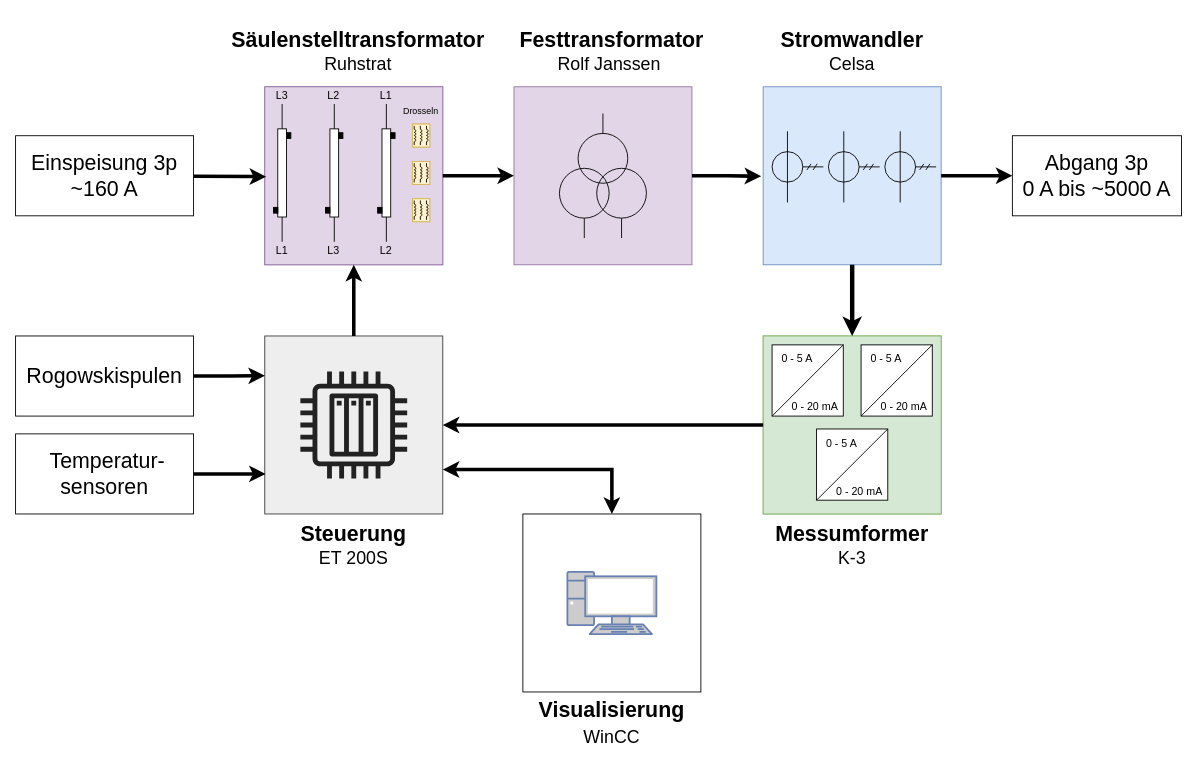
This is 03_Ressourcen/zeichnungen/aufbau_hochstrom_pruefstand.drawio from oliverschmidt99/Bachelorarbeit-Fremdfeldbeeinflussung-Messstromwandler-s, a draw.io file, before an edit. Source tidied: cells renumbered, new cells numbered last; positions are measured from the earlier drawing's top-left corner, leaving out a move shared by most shapes. Both pictures are drawn from the tidied source at 89%, with x=0, y=0 at pixel (15, 15).
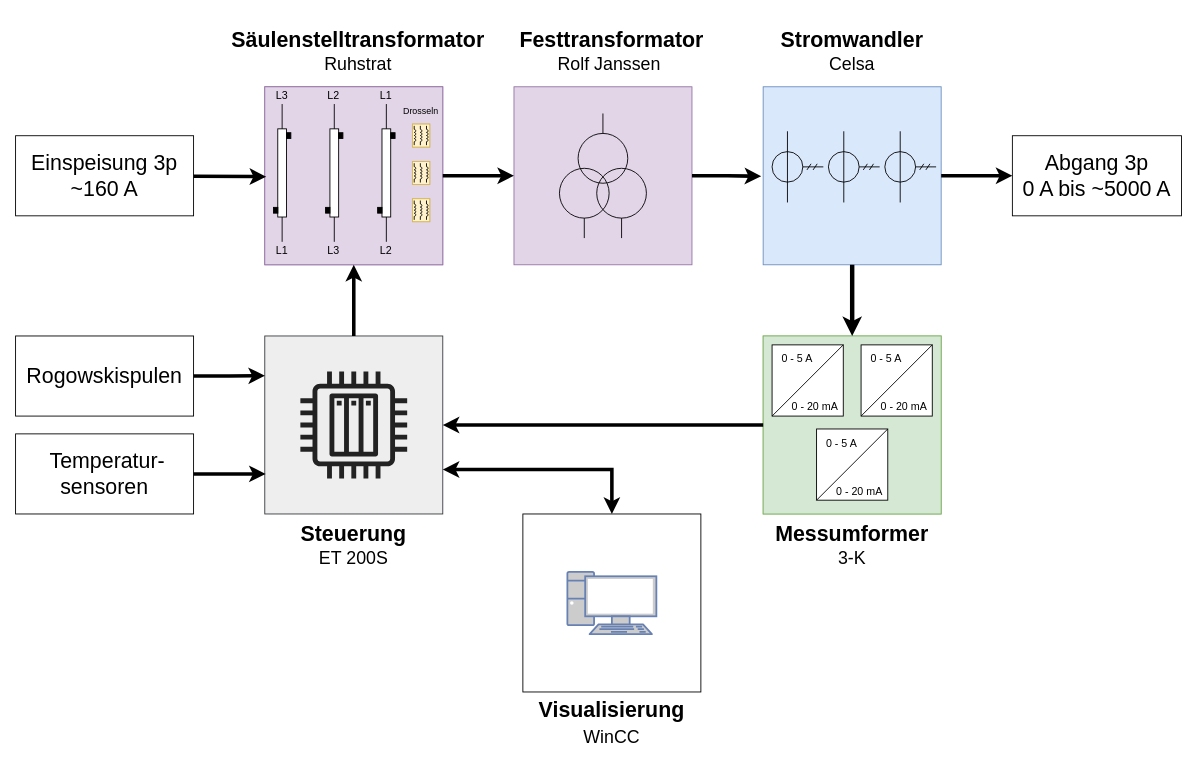
The same page after the edit.

Change to the diagram source:
```diff
@@
-    <mxCell id="78" value="&lt;b&gt;&lt;font style=&quot;font-size: 24px;&quot;&gt;Messumformer&lt;/font&gt;&lt;/b&gt;&lt;div&gt;&lt;span&gt;&lt;font style=&quot;font-size: 20px;&quot;&gt;K-3&lt;/font&gt;&lt;/span&gt;&lt;/div&gt;" style="text;html=1;whiteSpace=wrap;strokeColor=none;fillColor=none;align=center;verticalAlign=middle;rounded=0;" parent="1" vertex="1">
+    <mxCell id="78" value="&lt;b&gt;&lt;font style=&quot;font-size: 24px;&quot;&gt;Messumformer&lt;/font&gt;&lt;/b&gt;&lt;div&gt;&lt;span&gt;&lt;font style=&quot;font-size: 20px;&quot;&gt;3-K&lt;/font&gt;&lt;/span&gt;&lt;/div&gt;" style="text;html=1;whiteSpace=wrap;strokeColor=none;fillColor=none;align=center;verticalAlign=middle;rounded=0;" parent="1" vertex="1">
       <mxGeometry x="840" y="560" width="200" height="70" as="geometry" />
     </mxCell>
```
